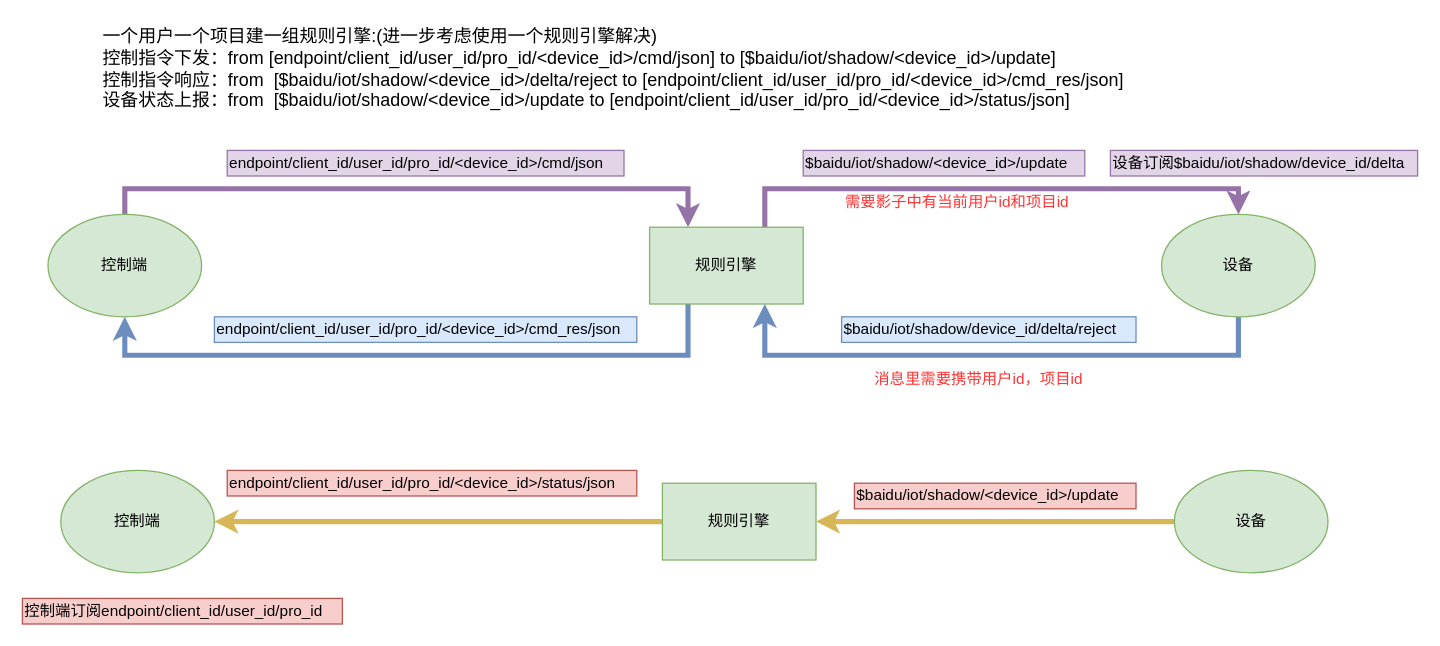
The draw.io diagram 2B_topic_rule.drawio in soszrg/uml, before the edit. Source tidied: cells renumbered, new cells numbered last; positions are measured from the earlier drawing's top-left corner, leaving out a move shared by most shapes. Both pictures are drawn from the tidied source at 128%, with x=0, y=0 at pixel (22, 22).
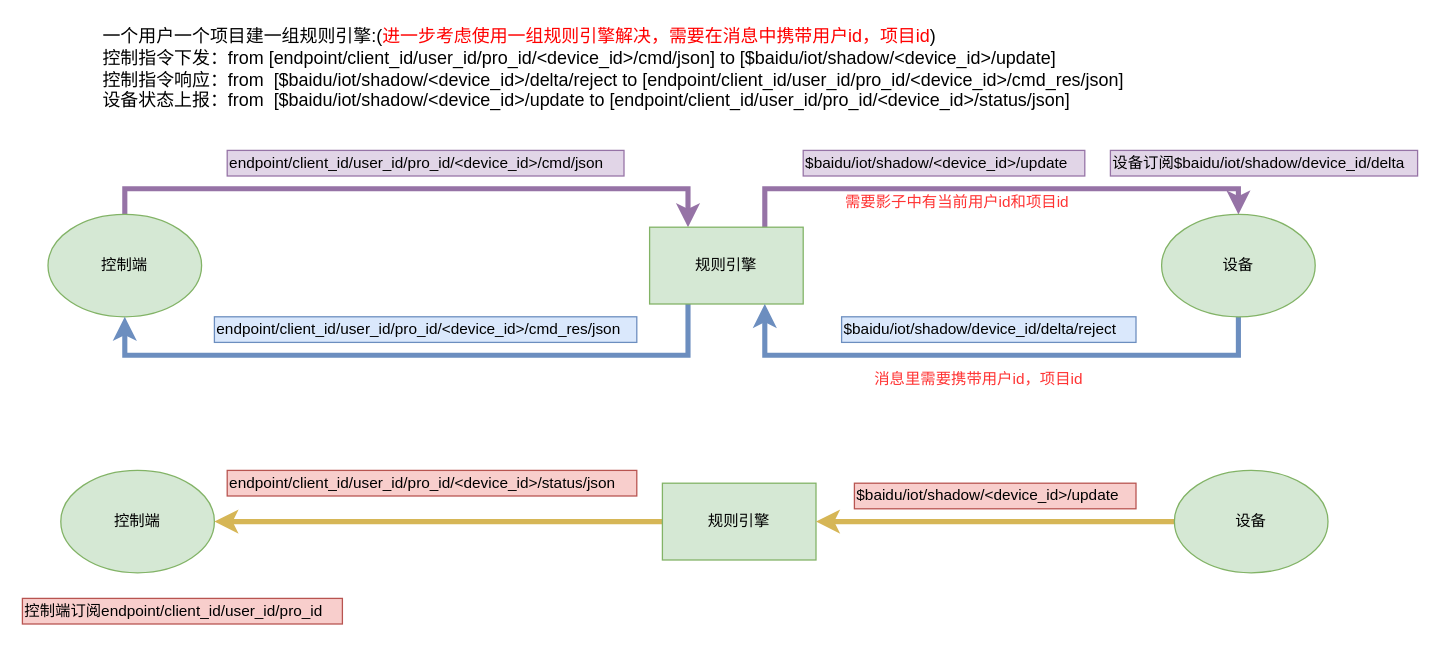
After the change.

The edit, as a diff of the source:
```diff
@@
-    <mxCell id="14" value="一个用户一个项目建一组规则引擎:(进一步考虑使用一个规则引擎解决)&lt;br style=&quot;font-size: 14px;&quot;&gt;控制指令下发：from [endpoint/client_id/user_id/pro_id/&amp;lt;device_id&amp;gt;/cmd/json] to [$baidu/iot/shadow/&amp;lt;device_id&amp;gt;/update]&lt;br style=&quot;font-size: 14px;&quot;&gt;控制指令响应：from&amp;nbsp;&amp;nbsp;[$baidu/iot/shadow/&amp;lt;device_id&amp;gt;/delta/reject to [endpoint/client_id/user_id/pro_id/&amp;lt;device_id&amp;gt;/cmd_res/json]&lt;br style=&quot;font-size: 14px;&quot;&gt;设备状态上报：from&amp;nbsp;&amp;nbsp;[$baidu/iot/shadow/&amp;lt;device_id&amp;gt;/update to [endpoint/client_id/user_id/pro_id/&amp;lt;device_id&amp;gt;/status/json]" style="text;html=1;align=left;verticalAlign=top;spacingTop=-4;fontSize=14;" parent="1" vertex="1">
-      <mxGeometry x="61" width="700" height="60" as="geometry" />
+    <mxCell id="14" value="一个用户一个项目建一组规则引擎:(&lt;font color=&quot;#ff0000&quot;&gt;进一步考虑使用一组规则引擎解决，需要在消息中携带用户id，项目id&lt;/font&gt;)&lt;br style=&quot;font-size: 14px&quot;&gt;控制指令下发：from [endpoint/client_id/user_id/pro_id/&amp;lt;device_id&amp;gt;/cmd/json] to [$baidu/iot/shadow/&amp;lt;device_id&amp;gt;/update]&lt;br style=&quot;font-size: 14px&quot;&gt;控制指令响应：from&amp;nbsp;&amp;nbsp;[$baidu/iot/shadow/&amp;lt;device_id&amp;gt;/delta/reject to [endpoint/client_id/user_id/pro_id/&amp;lt;device_id&amp;gt;/cmd_res/json]&lt;br style=&quot;font-size: 14px&quot;&gt;设备状态上报：from&amp;nbsp;&amp;nbsp;[$baidu/iot/shadow/&amp;lt;device_id&amp;gt;/update to [endpoint/client_id/user_id/pro_id/&amp;lt;device_id&amp;gt;/status/json]" style="text;html=1;align=left;verticalAlign=top;spacingTop=-4;fontSize=14;" parent="1" vertex="1">
+      <mxGeometry x="61" width="810" height="70" as="geometry" />
     </mxCell>
```
